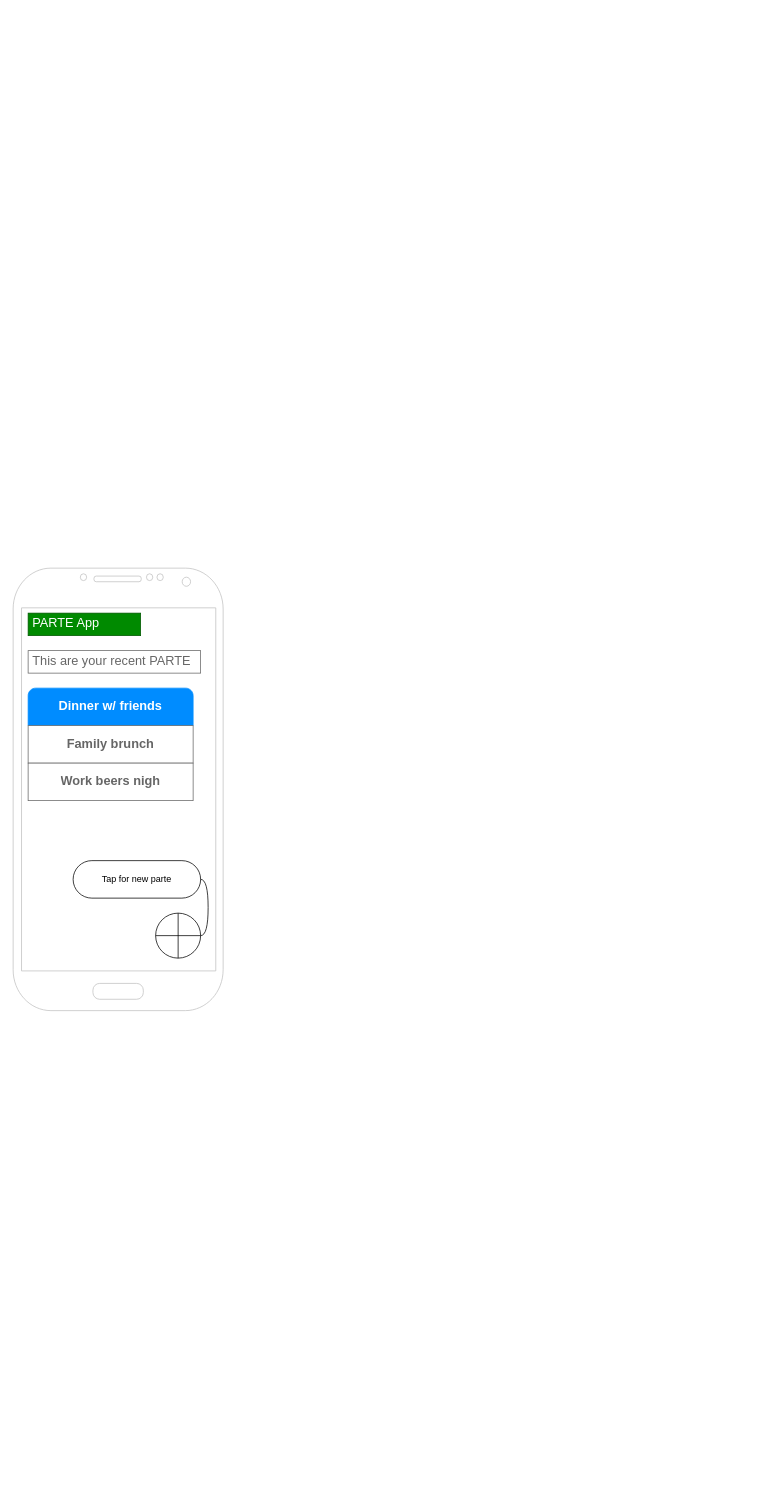
The draw.io diagram Untitled Diagram.drawio in nposadaa/PARTE_APP, before the edit. Source tidied: cells renumbered, new cells numbered last; positions are measured from the earlier drawing's top-left corner, leaving out a move shared by most shapes. Both pictures are drawn from the tidied source at 75%, with x=0, y=0 at pixel (13, 568).
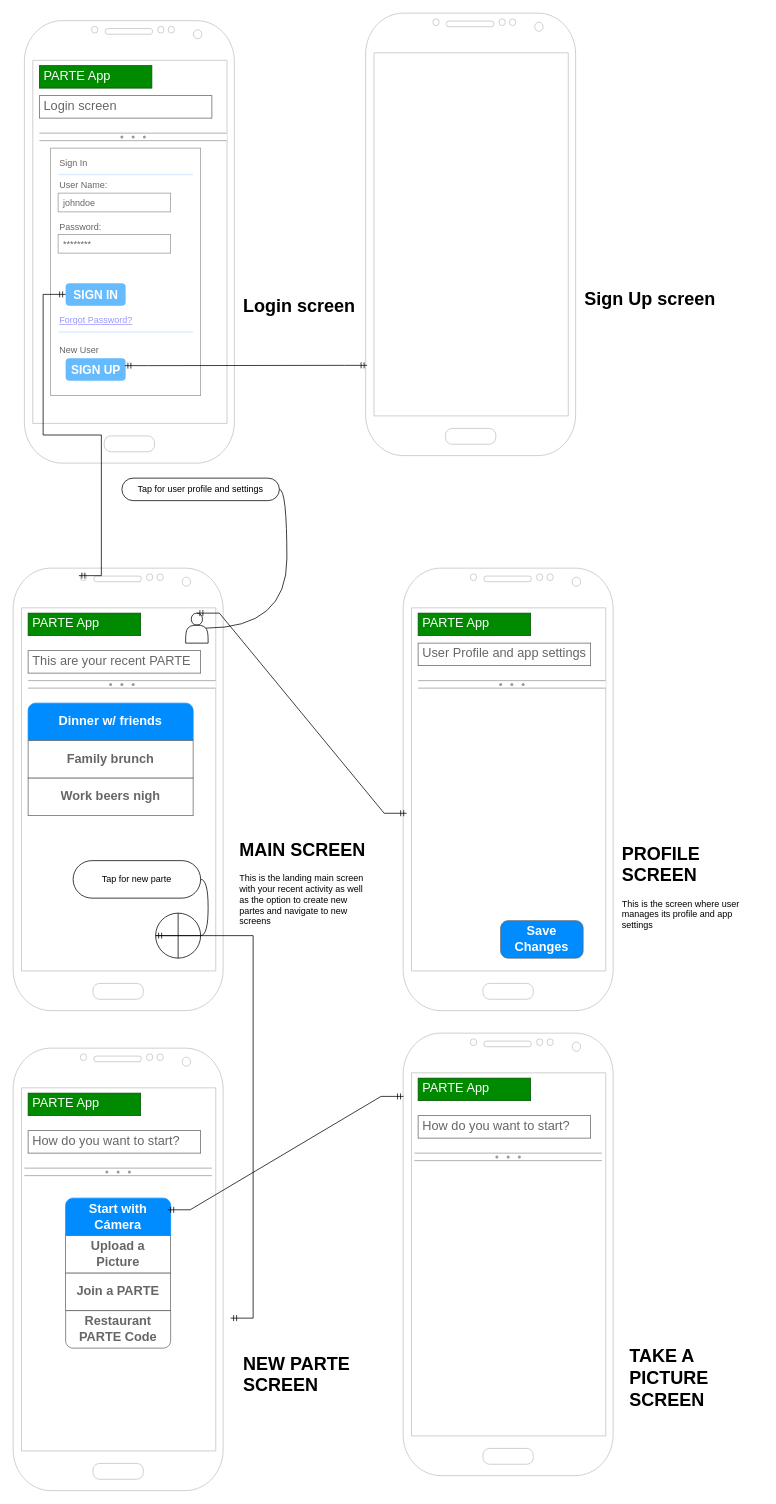
The same diagram, later.

Unchanged cells that the change refers to:
```xml
<mxCell id="2" style="verticalLabelPosition=bottom;verticalAlign=top;html=1;shadow=0;dashed=0;strokeWidth=1;shape=mxgraph.android.phone2;strokeColor=#c0c0c0;" parent="1" vertex="1">
  <mxGeometry width="280" height="590" as="geometry" />
</mxCell>
<mxCell id="9" style="shape=orEllipse;perimeter=ellipsePerimeter;whiteSpace=wrap;html=1;backgroundOutline=1;" parent="1" vertex="1">
  <mxGeometry x="190" y="460" width="60" height="60" as="geometry" />
</mxCell>
```

The edit, as a diff of the source:
```diff
@@
     <mxCell id="5" style="swimlane;shape=mxgraph.bootstrap.anchor;strokeColor=#666666;fillColor=#ffffff;fontColor=#666666;fontStyle=0;horizontal=1;startSize=0;whiteSpace=wrap;html=1;" parent="1" vertex="1">
-      <mxGeometry x="20" y="160" width="220" height="150" as="geometry" />
+      <mxGeometry x="20" y="180" width="220" height="150" as="geometry" />
     </mxCell>
@@
+    <mxCell id="12" style="verticalLabelPosition=bottom;verticalAlign=top;html=1;shadow=0;dashed=0;strokeWidth=1;shape=mxgraph.android.phone2;strokeColor=#c0c0c0;" parent="1" vertex="1">
+      <mxGeometry y="640" width="280" height="590" as="geometry" />
+    </mxCell>
+    <mxCell id="13" value="PARTE App" style="strokeWidth=1;shadow=0;dashed=0;align=center;html=1;shape=mxgraph.mockup.text.textBox;fontColor=#ffffff;align=left;fontSize=17;spacingLeft=4;spacingTop=-3;whiteSpace=wrap;strokeColor=#005700;mainText=;fillColor=#008a00;" parent="1" vertex="1">
+      <mxGeometry x="20" y="700" width="150" height="30" as="geometry" />
+    </mxCell>
+    <mxCell id="14" value="How do you want to start?" style="strokeWidth=1;shadow=0;dashed=0;align=center;html=1;shape=mxgraph.mockup.text.textBox;fontColor=#666666;align=left;fontSize=17;spacingLeft=4;spacingTop=-3;whiteSpace=wrap;strokeColor=#666666;mainText=;" parent="1" vertex="1">
+      <mxGeometry x="20" y="750" width="230" height="30" as="geometry" />
+    </mxCell>
+    <mxCell id="15" value="&lt;h1 style=&quot;margin-top: 0px;&quot;&gt;MAIN SCREEN&lt;/h1&gt;&lt;p&gt;This is the landing main screen with your recent activity as well as the option to create new partes and navigate to new screens&lt;/p&gt;" style="text;html=1;whiteSpace=wrap;overflow=hidden;rounded=0;" parent="1" vertex="1">
+      <mxGeometry x="300" y="355" width="180" height="120" as="geometry" />
+    </mxCell>
+    <mxCell id="16" style="verticalLabelPosition=bottom;verticalAlign=top;html=1;shadow=0;dashed=0;strokeWidth=1;shape=mxgraph.android.phone2;strokeColor=#c0c0c0;" parent="1" vertex="1">
+      <mxGeometry x="520" width="280" height="590" as="geometry" />
+    </mxCell>
+    <mxCell id="17" value="PARTE App" style="strokeWidth=1;shadow=0;dashed=0;align=center;html=1;shape=mxgraph.mockup.text.textBox;fontColor=#ffffff;align=left;fontSize=17;spacingLeft=4;spacingTop=-3;whiteSpace=wrap;strokeColor=#005700;mainText=;fillColor=#008a00;" parent="1" vertex="1">
+      <mxGeometry x="540" y="60" width="150" height="30" as="geometry" />
+    </mxCell>
+    <mxCell id="18" style="shape=actor;whiteSpace=wrap;html=1;" parent="1" vertex="1">
+      <mxGeometry x="230" y="60" width="30" height="40" as="geometry" />
+    </mxCell>
+    <mxCell id="19" value="Tap for user profile and settings" style="whiteSpace=wrap;html=1;rounded=1;arcSize=50;align=center;verticalAlign=middle;strokeWidth=1;spacing=4;newEdgeStyle={&quot;edgeStyle&quot;:&quot;entityRelationEdgeStyle&quot;,&quot;startArrow&quot;:&quot;none&quot;,&quot;endArrow&quot;:&quot;none&quot;,&quot;segment&quot;:10,&quot;curved&quot;:1,&quot;sourcePerimeterSpacing&quot;:0,&quot;targetPerimeterSpacing&quot;:0};" parent="1" vertex="1">
+      <mxGeometry x="145" y="-120" width="210" height="30" as="geometry" />
+    </mxCell>
+    <mxCell id="20" style="edgeStyle=entityRelationEdgeStyle;startArrow=none;endArrow=none;segment=10;curved=1;sourcePerimeterSpacing=0;targetPerimeterSpacing=0;rounded=0;exitX=0.9;exitY=0.5;exitDx=0;exitDy=0;exitPerimeter=0;" parent="1" edge="1" source="18" target="19">
+      <mxGeometry relative="1" as="geometry">
+        <Array as="points">
+          <mxPoint x="250" y="80" />
+        </Array>
+      </mxGeometry>
+    </mxCell>
+    <mxCell id="21" value="User Profile and app settings" style="strokeWidth=1;shadow=0;dashed=0;align=center;html=1;shape=mxgraph.mockup.text.textBox;fontColor=#666666;align=left;fontSize=17;spacingLeft=4;spacingTop=-3;whiteSpace=wrap;strokeColor=#666666;mainText=;" parent="1" vertex="1">
+      <mxGeometry x="540" y="100" width="230" height="30" as="geometry" />
+    </mxCell>
+    <mxCell id="22" style="edgeStyle=entityRelationEdgeStyle;fontSize=12;html=1;endArrow=ERmandOne;startArrow=ERmandOne;rounded=0;exitX=0.5;exitY=0;exitDx=0;exitDy=0;entryX=0.017;entryY=0.554;entryDx=0;entryDy=0;entryPerimeter=0;" parent="1" edge="1" source="18" target="16">
+      <mxGeometry relative="1" as="geometry">
+        <Array as="points">
+          <mxPoint x="360" y="320" />
+          <mxPoint x="330" y="300" />
+        </Array>
+      </mxGeometry>
+    </mxCell>
+    <mxCell id="23" value="&lt;h1 style=&quot;margin-top: 0px;&quot;&gt;PROFILE SCREEN&lt;/h1&gt;&lt;p&gt;This is the screen where user manages its profile and app settings&lt;/p&gt;" style="text;html=1;whiteSpace=wrap;overflow=hidden;rounded=0;" parent="1" vertex="1">
+      <mxGeometry x="810" y="360" width="180" height="120" as="geometry" />
+    </mxCell>
+    <mxCell id="24" style="edgeStyle=entityRelationEdgeStyle;fontSize=12;html=1;endArrow=ERmandOne;startArrow=ERmandOne;rounded=0;entryX=0;entryY=0.5;entryDx=0;entryDy=0;" parent="1" edge="1" target="9">
+      <mxGeometry relative="1" as="geometry">
+        <mxPoint x="290" y="1000" as="sourcePoint" />
+      </mxGeometry>
+    </mxCell>
+    <mxCell id="25" style="verticalLabelPosition=bottom;shadow=0;dashed=0;align=center;html=1;verticalAlign=top;strokeWidth=1;shape=mxgraph.mockup.forms.splitter;strokeColor=#999999;" parent="1" vertex="1">
+      <mxGeometry x="20" y="150" width="250" height="10" as="geometry" />
+    </mxCell>
+    <mxCell id="26" style="verticalLabelPosition=bottom;shadow=0;dashed=0;align=center;html=1;verticalAlign=top;strokeWidth=1;shape=mxgraph.mockup.forms.splitter;strokeColor=#999999;" parent="1" vertex="1">
+      <mxGeometry x="540" y="150" width="250" height="10" as="geometry" />
+    </mxCell>
+    <mxCell id="27" style="verticalLabelPosition=bottom;shadow=0;dashed=0;align=center;html=1;verticalAlign=top;strokeWidth=1;shape=mxgraph.mockup.forms.splitter;strokeColor=#999999;" parent="1" vertex="1">
+      <mxGeometry x="15" y="800" width="250" height="10" as="geometry" />
+    </mxCell>
+    <mxCell id="28" value="Save Changes" style="strokeWidth=1;shadow=0;dashed=0;align=center;html=1;shape=mxgraph.mockup.buttons.button;strokeColor=#666666;fontColor=#ffffff;mainText=;buttonStyle=round;fontSize=17;fontStyle=1;fillColor=#008cff;whiteSpace=wrap;" parent="1" vertex="1">
+      <mxGeometry x="650" y="470" width="110" height="50" as="geometry" />
+    </mxCell>
+    <mxCell id="29" style="verticalLabelPosition=bottom;verticalAlign=top;html=1;shadow=0;dashed=0;strokeWidth=1;shape=mxgraph.android.phone2;strokeColor=#c0c0c0;" parent="1" vertex="1">
+      <mxGeometry x="15" y="-730" width="280" height="590" as="geometry" />
+    </mxCell>
+    <mxCell id="30" value="PARTE App" style="strokeWidth=1;shadow=0;dashed=0;align=center;html=1;shape=mxgraph.mockup.text.textBox;fontColor=#ffffff;align=left;fontSize=17;spacingLeft=4;spacingTop=-3;whiteSpace=wrap;strokeColor=#005700;mainText=;fillColor=#008a00;" parent="1" vertex="1">
+      <mxGeometry x="35" y="-670" width="150" height="30" as="geometry" />
+    </mxCell>
+    <mxCell id="31" value="Login screen" style="strokeWidth=1;shadow=0;dashed=0;align=center;html=1;shape=mxgraph.mockup.text.textBox;fontColor=#666666;align=left;fontSize=17;spacingLeft=4;spacingTop=-3;whiteSpace=wrap;strokeColor=#666666;mainText=;" parent="1" vertex="1">
+      <mxGeometry x="35" y="-630" width="230" height="30" as="geometry" />
+    </mxCell>
+    <mxCell id="32" value="&lt;h1 style=&quot;margin-top: 0px;&quot;&gt;Login screen&lt;/h1&gt;&lt;p&gt;&lt;br&gt;&lt;/p&gt;" style="text;html=1;whiteSpace=wrap;overflow=hidden;rounded=0;" parent="1" vertex="1">
+      <mxGeometry x="305" y="-370" width="180" height="120" as="geometry" />
+    </mxCell>
+    <mxCell id="33" style="verticalLabelPosition=bottom;shadow=0;dashed=0;align=center;html=1;verticalAlign=top;strokeWidth=1;shape=mxgraph.mockup.forms.splitter;strokeColor=#999999;" parent="1" vertex="1">
+      <mxGeometry x="35" y="-580" width="250" height="10" as="geometry" />
+    </mxCell>
+    <mxCell id="34" style="strokeWidth=1;shadow=0;dashed=0;align=center;html=1;shape=mxgraph.mockup.forms.rrect;rSize=0;strokeColor=#999999;fillColor=#ffffff;" parent="1" vertex="1">
+      <mxGeometry x="50" y="-560" width="200" height="330" as="geometry" />
+    </mxCell>
+    <mxCell id="35" value="Sign In" style="strokeWidth=1;shadow=0;dashed=0;align=center;html=1;shape=mxgraph.mockup.forms.anchor;fontSize=12;fontColor=#666666;align=left;spacingLeft=0;" parent="34" vertex="1">
+      <mxGeometry width="100" height="20" relative="1" as="geometry">
+        <mxPoint x="10" y="10" as="offset" />
+      </mxGeometry>
+    </mxCell>
+    <mxCell id="36" style="shape=line;strokeColor=#ddeeff;strokeWidth=2;html=1;" parent="34" vertex="1">
+      <mxGeometry width="180" height="10" relative="1" as="geometry">
+        <mxPoint x="10" y="30" as="offset" />
+      </mxGeometry>
+    </mxCell>
+    <mxCell id="37" value="User Name:" style="strokeWidth=1;shadow=0;dashed=0;align=center;html=1;shape=mxgraph.mockup.forms.anchor;fontSize=12;fontColor=#666666;align=left;spacingLeft=0;" parent="34" vertex="1">
+      <mxGeometry width="100" height="20" relative="1" as="geometry">
+        <mxPoint x="10" y="40" as="offset" />
+      </mxGeometry>
+    </mxCell>
+    <mxCell id="38" value="johndoe" style="strokeWidth=1;shadow=0;dashed=0;align=center;html=1;shape=mxgraph.mockup.forms.rrect;rSize=0;strokeColor=#999999;fontColor=#666666;align=left;spacingLeft=5;" parent="34" vertex="1">
+      <mxGeometry width="150" height="25" relative="1" as="geometry">
+        <mxPoint x="10" y="60" as="offset" />
+      </mxGeometry>
+    </mxCell>
+    <mxCell id="39" value="Password:" style="strokeWidth=1;shadow=0;dashed=0;align=center;html=1;shape=mxgraph.mockup.forms.anchor;fontSize=12;fontColor=#666666;align=left;spacingLeft=0;" parent="34" vertex="1">
+      <mxGeometry width="100" height="20" relative="1" as="geometry">
+        <mxPoint x="10" y="95" as="offset" />
+      </mxGeometry>
+    </mxCell>
+    <mxCell id="40" value="********" style="strokeWidth=1;shadow=0;dashed=0;align=center;html=1;shape=mxgraph.mockup.forms.rrect;rSize=0;strokeColor=#999999;fontColor=#666666;align=left;spacingLeft=5;" parent="34" vertex="1">
+      <mxGeometry width="150" height="25" relative="1" as="geometry">
+        <mxPoint x="10" y="115" as="offset" />
+      </mxGeometry>
+    </mxCell>
+    <mxCell id="41" value="SIGN IN" style="strokeWidth=1;shadow=0;dashed=0;align=center;html=1;shape=mxgraph.mockup.forms.rrect;rSize=5;strokeColor=none;fontColor=#ffffff;fillColor=#66bbff;fontSize=16;fontStyle=1;" parent="34" vertex="1">
+      <mxGeometry y="1" width="80" height="30" relative="1" as="geometry">
+        <mxPoint x="20" y="-150" as="offset" />
+      </mxGeometry>
+    </mxCell>
+    <mxCell id="42" value="Forgot Password?" style="strokeWidth=1;shadow=0;dashed=0;align=center;html=1;shape=mxgraph.mockup.forms.anchor;fontSize=12;fontColor=#9999ff;align=left;spacingLeft=0;fontStyle=4;" parent="34" vertex="1">
+      <mxGeometry y="1" width="150" height="20" relative="1" as="geometry">
+        <mxPoint x="10" y="-110" as="offset" />
+      </mxGeometry>
+    </mxCell>
+    <mxCell id="43" style="shape=line;strokeColor=#ddeeff;strokeWidth=2;html=1;" parent="34" vertex="1">
+      <mxGeometry y="1" width="180" height="10" relative="1" as="geometry">
+        <mxPoint x="10" y="-90" as="offset" />
+      </mxGeometry>
+    </mxCell>
+    <mxCell id="44" value="New User" style="strokeWidth=1;shadow=0;dashed=0;align=center;html=1;shape=mxgraph.mockup.forms.anchor;fontSize=12;fontColor=#666666;align=left;spacingLeft=0;" parent="34" vertex="1">
+      <mxGeometry y="1" width="150" height="20" relative="1" as="geometry">
+        <mxPoint x="10" y="-70" as="offset" />
+      </mxGeometry>
+    </mxCell>
+    <mxCell id="45" value="SIGN UP" style="strokeWidth=1;shadow=0;dashed=0;align=center;html=1;shape=mxgraph.mockup.forms.rrect;rSize=5;strokeColor=none;fontColor=#ffffff;fillColor=#66bbff;fontSize=16;fontStyle=1;" parent="34" vertex="1">
+      <mxGeometry y="1" width="80" height="30" relative="1" as="geometry">
+        <mxPoint x="20" y="-50" as="offset" />
+      </mxGeometry>
+    </mxCell>
+    <mxCell id="46" style="edgeStyle=entityRelationEdgeStyle;fontSize=12;html=1;endArrow=ERmandOne;startArrow=ERmandOne;rounded=0;entryX=0.313;entryY=0.017;entryDx=0;entryDy=0;entryPerimeter=0;" parent="1" edge="1" source="41" target="2">
+      <mxGeometry relative="1" as="geometry">
+        <Array as="points">
+          <mxPoint x="655" y="110" />
+          <mxPoint x="625" y="90" />
+        </Array>
+      </mxGeometry>
+    </mxCell>
+    <mxCell id="47" style="verticalLabelPosition=bottom;verticalAlign=top;html=1;shadow=0;dashed=0;strokeWidth=1;shape=mxgraph.android.phone2;strokeColor=#c0c0c0;" parent="1" vertex="1">
+      <mxGeometry x="470" y="-740" width="280" height="590" as="geometry" />
+    </mxCell>
+    <mxCell id="48" value="&lt;h1 style=&quot;margin-top: 0px;&quot;&gt;Sign Up screen&lt;/h1&gt;" style="text;html=1;whiteSpace=wrap;overflow=hidden;rounded=0;" parent="1" vertex="1">
+      <mxGeometry x="760" y="-380" width="180" height="120" as="geometry" />
+    </mxCell>
+    <mxCell id="49" style="edgeStyle=entityRelationEdgeStyle;fontSize=12;html=1;endArrow=ERmandOne;startArrow=ERmandOne;rounded=0;entryX=0.007;entryY=0.796;entryDx=0;entryDy=0;entryPerimeter=0;" parent="1" edge="1" target="47">
+      <mxGeometry relative="1" as="geometry">
+        <mxPoint x="149" y="-270" as="sourcePoint" />
+        <Array as="points">
+          <mxPoint x="1035" y="455" />
+          <mxPoint x="1005" y="435" />
+        </Array>
+      </mxGeometry>
+    </mxCell>
+    <mxCell id="50" style="swimlane;shape=mxgraph.bootstrap.anchor;strokeColor=#666666;fillColor=#ffffff;fontColor=#666666;fontStyle=0;horizontal=1;startSize=0;whiteSpace=wrap;html=1;" parent="1" vertex="1">
+      <mxGeometry x="70" y="840" width="140" height="200" as="geometry" />
+    </mxCell>
+    <mxCell id="51" value="Start with Cámera" style="text;strokeColor=#008CFF;align=center;verticalAlign=middle;spacingLeft=10;spacingRight=10;overflow=hidden;points=[[0,0.5],[1,0.5]];portConstraint=eastwest;whiteSpace=wrap;html=1;shape=mxgraph.mockup.topButton;rSize=10;fillColor=#008CFF;fontColor=#ffffff;fontSize=17;fontStyle=1;" parent="50" vertex="1">
+      <mxGeometry width="140" height="50" as="geometry" />
+    </mxCell>
+    <mxCell id="52" value="Upload a Picture" style="text;strokeColor=inherit;align=center;verticalAlign=middle;spacingLeft=10;spacingRight=10;overflow=hidden;whiteSpace=wrap;html=1;rSize=5;fillColor=inherit;fontColor=inherit;fontSize=17;fontStyle=1;" parent="50" vertex="1">
+      <mxGeometry y="50" width="140" height="50" as="geometry" />
+    </mxCell>
+    <mxCell id="53" value="Join a PARTE" style="text;strokeColor=inherit;align=center;verticalAlign=middle;spacingLeft=10;spacingRight=10;overflow=hidden;whiteSpace=wrap;html=1;rSize=5;fillColor=inherit;fontColor=inherit;fontSize=17;fontStyle=1;" parent="50" vertex="1">
+      <mxGeometry y="100" width="140" height="50" as="geometry" />
+    </mxCell>
+    <mxCell id="54" value="Restaurant PARTE Code" style="text;strokeColor=inherit;align=center;verticalAlign=middle;spacingLeft=10;spacingRight=10;overflow=hidden;whiteSpace=wrap;html=1;shape=mxgraph.mockup.bottomButton;rSize=10;fillColor=inherit;fontColor=inherit;fontSize=17;fontStyle=1;" parent="50" vertex="1">
+      <mxGeometry y="150" width="140" height="50" as="geometry" />
+    </mxCell>
+    <mxCell id="55" style="verticalLabelPosition=bottom;verticalAlign=top;html=1;shadow=0;dashed=0;strokeWidth=1;shape=mxgraph.android.phone2;strokeColor=#c0c0c0;" parent="1" vertex="1">
+      <mxGeometry x="520" y="620" width="280" height="590" as="geometry" />
+    </mxCell>
+    <mxCell id="56" value="PARTE App" style="strokeWidth=1;shadow=0;dashed=0;align=center;html=1;shape=mxgraph.mockup.text.textBox;fontColor=#ffffff;align=left;fontSize=17;spacingLeft=4;spacingTop=-3;whiteSpace=wrap;strokeColor=#005700;mainText=;fillColor=#008a00;" parent="1" vertex="1">
+      <mxGeometry x="540" y="680" width="150" height="30" as="geometry" />
+    </mxCell>
+    <mxCell id="57" value="How do you want to start?" style="strokeWidth=1;shadow=0;dashed=0;align=center;html=1;shape=mxgraph.mockup.text.textBox;fontColor=#666666;align=left;fontSize=17;spacingLeft=4;spacingTop=-3;whiteSpace=wrap;strokeColor=#666666;mainText=;" parent="1" vertex="1">
+      <mxGeometry x="540" y="730" width="230" height="30" as="geometry" />
+    </mxCell>
+    <mxCell id="58" style="verticalLabelPosition=bottom;shadow=0;dashed=0;align=center;html=1;verticalAlign=top;strokeWidth=1;shape=mxgraph.mockup.forms.splitter;strokeColor=#999999;" parent="1" vertex="1">
+      <mxGeometry x="535" y="780" width="250" height="10" as="geometry" />
+    </mxCell>
+    <mxCell id="59" style="edgeStyle=entityRelationEdgeStyle;fontSize=12;html=1;endArrow=ERmandOne;startArrow=ERmandOne;rounded=0;entryX=0.972;entryY=0.311;entryDx=0;entryDy=0;entryPerimeter=0;exitX=0.002;exitY=0.143;exitDx=0;exitDy=0;exitPerimeter=0;" parent="1" edge="1" source="55" target="51">
+      <mxGeometry relative="1" as="geometry" />
+    </mxCell>
+    <mxCell id="60" value="&lt;h1 style=&quot;margin-top: 0px;&quot;&gt;NEW PARTE&amp;nbsp; SCREEN&lt;/h1&gt;&lt;p&gt;&lt;br&gt;&lt;/p&gt;" style="text;html=1;whiteSpace=wrap;overflow=hidden;rounded=0;" parent="1" vertex="1">
+      <mxGeometry x="305" y="1040" width="180" height="120" as="geometry" />
+    </mxCell>
+    <mxCell id="61" value="&lt;h1 style=&quot;margin-top: 0px;&quot;&gt;TAKE A PICTURE SCREEN&lt;/h1&gt;" style="text;html=1;whiteSpace=wrap;overflow=hidden;rounded=0;" parent="1" vertex="1">
+      <mxGeometry x="820" y="1030" width="180" height="120" as="geometry" />
+    </mxCell>
```
